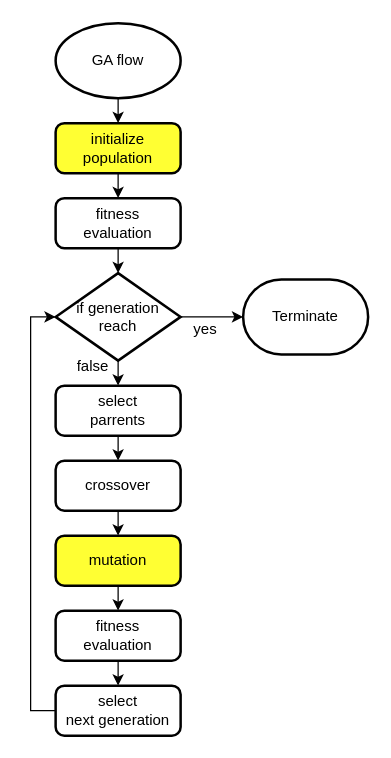
Before: flow_graph.drawio in davidwu110405/Genetic-Algorithm-impl, a draw.io diagram. Source tidied: cells renumbered, new cells numbered last; positions are measured from the earlier drawing's top-left corner, leaving out a move shared by most shapes. Both pictures are drawn from the tidied source at 125%, with x=0, y=0 at pixel (55, 22).
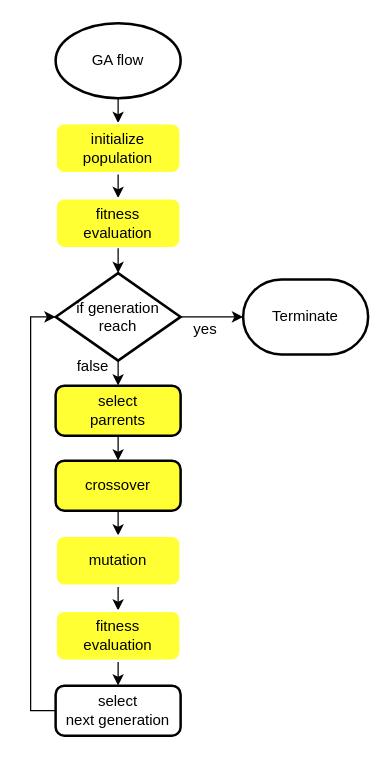
The same page after the edit.

Commit message (it also covers changes not shown here):
feat: Single point crossover.

The edit, as a diff of the source:
```diff
@@
-    <mxCell id="5" value="initialize&lt;div&gt;population&lt;/div&gt;" style="rounded=1;whiteSpace=wrap;html=1;absoluteArcSize=1;arcSize=14;strokeWidth=2;fillColor=#FFFF33;" parent="1" vertex="1">
+    <mxCell id="5" value="&lt;font style=&quot;color: rgb(0, 0, 0);&quot;&gt;initialize&lt;/font&gt;&lt;div&gt;&lt;font style=&quot;color: rgb(0, 0, 0);&quot;&gt;population&lt;/font&gt;&lt;/div&gt;" style="rounded=1;whiteSpace=wrap;html=1;absoluteArcSize=1;arcSize=14;strokeWidth=2;fillColor=#FFFF33;strokeColor=#FFFFFF;" parent="1" vertex="1">
       <mxGeometry y="80" width="100" height="40" as="geometry" />
     </mxCell>
-    <mxCell id="6" value="fitness&lt;div&gt;evaluation&lt;/div&gt;" style="rounded=1;whiteSpace=wrap;html=1;absoluteArcSize=1;arcSize=14;strokeWidth=2;" parent="1" vertex="1">
+    <mxCell id="6" value="fitness&lt;div&gt;evaluation&lt;/div&gt;" style="rounded=1;whiteSpace=wrap;html=1;absoluteArcSize=1;arcSize=14;strokeWidth=2;fillColor=#FFFF33;strokeColor=#FFFFFF;fontColor=#000000;" parent="1" vertex="1">
       <mxGeometry y="140" width="100" height="40" as="geometry" />
     </mxCell>
@@
-    <mxCell id="8" value="select&lt;div&gt;parrents&lt;/div&gt;" style="rounded=1;whiteSpace=wrap;html=1;absoluteArcSize=1;arcSize=14;strokeWidth=2;" parent="1" vertex="1">
+    <mxCell id="8" value="select&lt;div&gt;parrents&lt;/div&gt;" style="rounded=1;whiteSpace=wrap;html=1;absoluteArcSize=1;arcSize=14;strokeWidth=2;fontColor=#000000;fillColor=#FFFF33;" parent="1" vertex="1">
       <mxGeometry y="290" width="100" height="40" as="geometry" />
     </mxCell>
@@
-    <mxCell id="10" value="crossover" style="rounded=1;whiteSpace=wrap;html=1;absoluteArcSize=1;arcSize=14;strokeWidth=2;" parent="1" vertex="1">
+    <mxCell id="10" value="crossover" style="rounded=1;whiteSpace=wrap;html=1;absoluteArcSize=1;arcSize=14;strokeWidth=2;fillColor=#FFFF33;fontColor=#000000;" parent="1" vertex="1">
       <mxGeometry y="350" width="100" height="40" as="geometry" />
     </mxCell>
@@
-    <mxCell id="12" value="mutation" style="rounded=1;whiteSpace=wrap;html=1;absoluteArcSize=1;arcSize=14;strokeWidth=2;fillColor=#FFFF33;" parent="1" vertex="1">
+    <mxCell id="12" value="mutation" style="rounded=1;whiteSpace=wrap;html=1;absoluteArcSize=1;arcSize=14;strokeWidth=2;fillColor=#FFFF33;strokeColor=#FFFFFF;fontColor=#000000;" parent="1" vertex="1">
       <mxGeometry y="410" width="100" height="40" as="geometry" />
     </mxCell>
@@
-    <mxCell id="14" value="fitness&lt;div&gt;evaluation&lt;/div&gt;" style="rounded=1;whiteSpace=wrap;html=1;absoluteArcSize=1;arcSize=14;strokeWidth=2;" parent="1" vertex="1">
+    <mxCell id="14" value="fitness&lt;div&gt;evaluation&lt;/div&gt;" style="rounded=1;whiteSpace=wrap;html=1;absoluteArcSize=1;arcSize=14;strokeWidth=2;fillColor=#FFFF33;strokeColor=#FFFFFF;fontColor=#000000;" parent="1" vertex="1">
       <mxGeometry y="470" width="100" height="40" as="geometry" />
     </mxCell>
```
